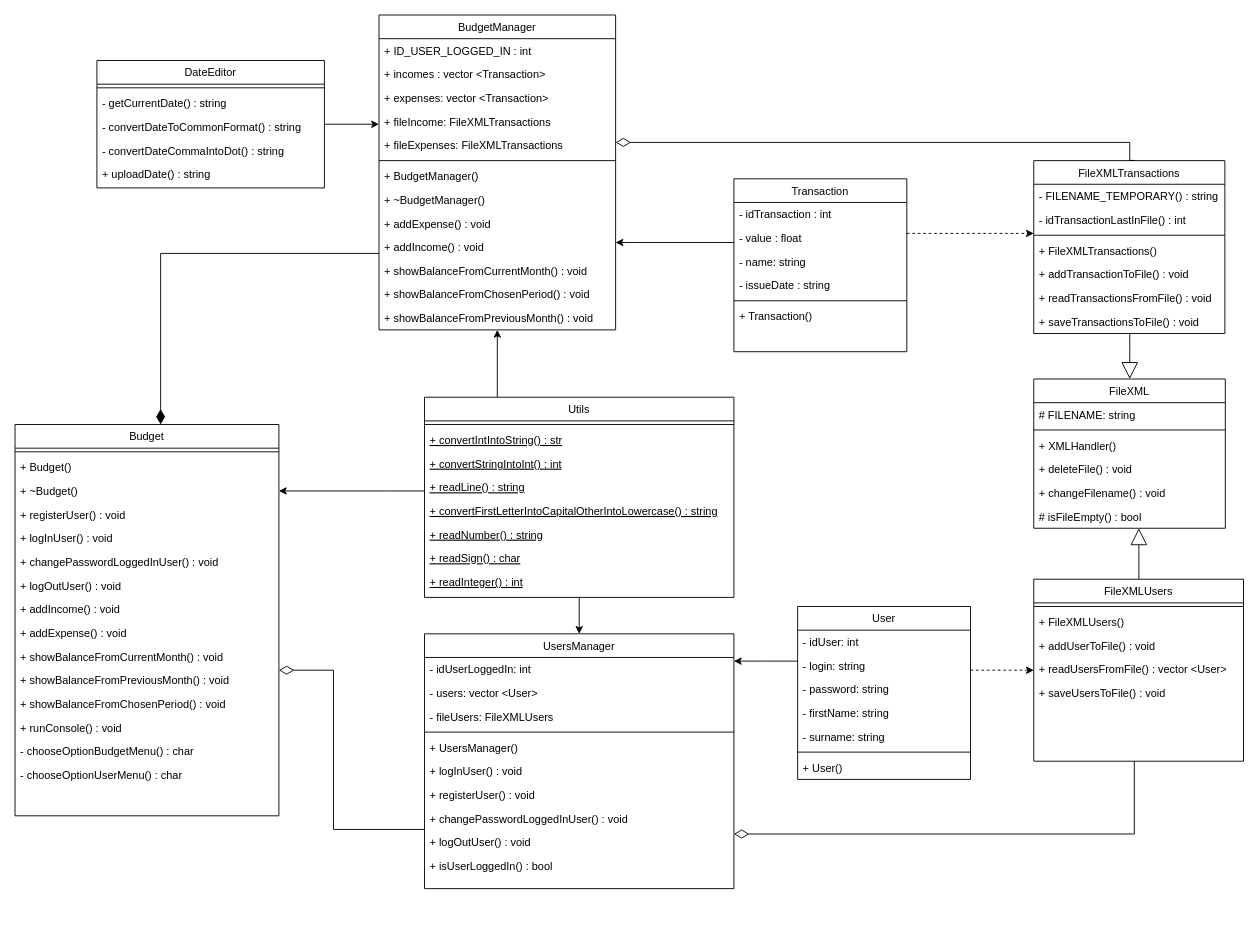
Before: doc/uml-diagram.drawio in MichalWilczek/your-budget, a draw.io diagram. Source tidied: cells renumbered, new cells numbered last; positions are measured from the earlier drawing's top-left corner, leaving out a move shared by most shapes. Both pictures are drawn from the tidied source at 91%, with x=0, y=0 at pixel (15, 15).
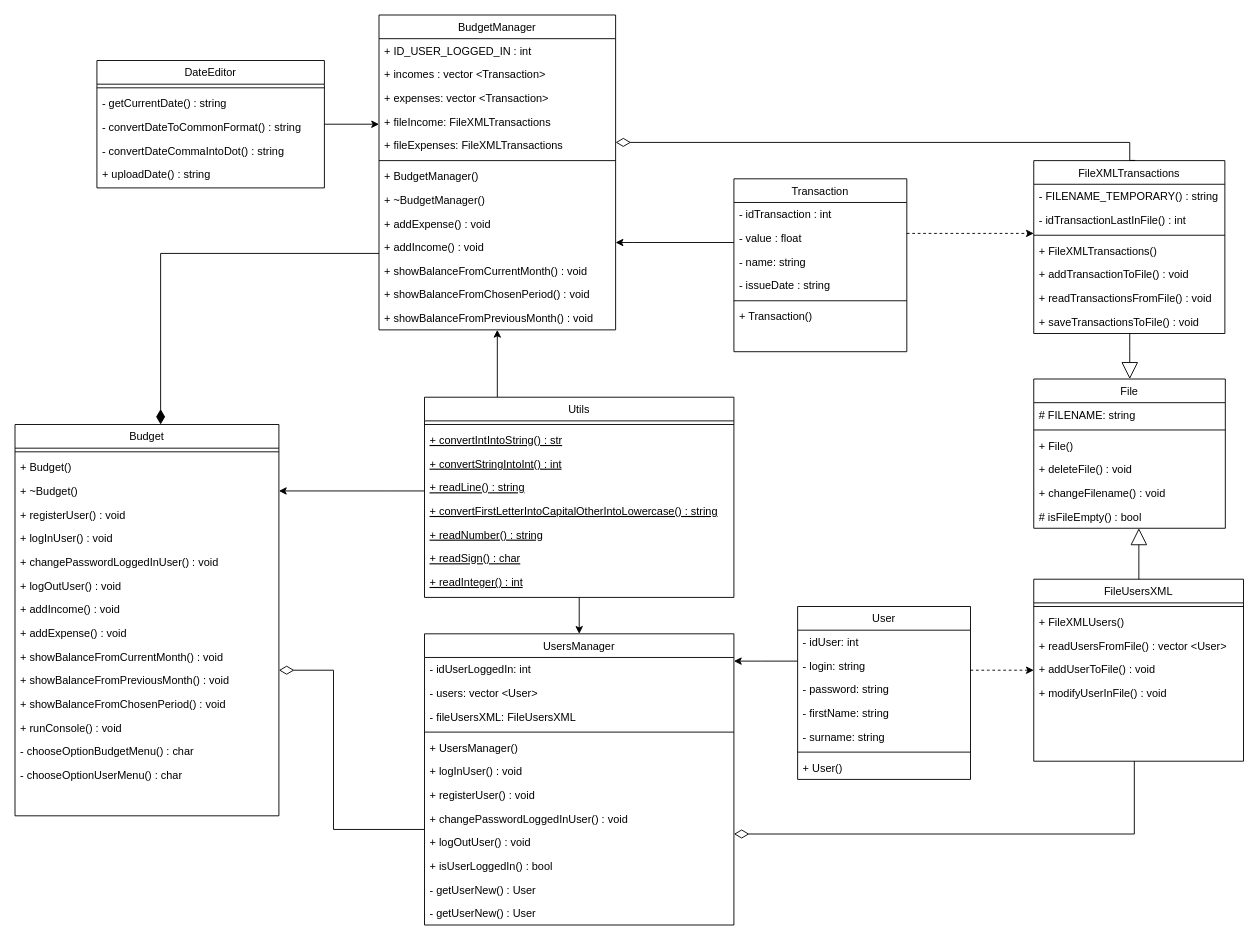
Above is the later version.

What changed in the source:
```diff
@@
-    <mxCell id="2" value="FileXMLUsers" style="swimlane;fontStyle=0;align=center;verticalAlign=top;horizontal=1;startSize=26;rounded=0;shadow=0;strokeWidth=1;" parent="1" vertex="1">
+    <mxCell id="2" value="FileUsersXML" style="swimlane;fontStyle=0;align=center;verticalAlign=top;horizontal=1;startSize=26;rounded=0;shadow=0;strokeWidth=1;" parent="1" vertex="1">
       <mxGeometry x="1119.5" y="620" width="230.5" height="200" as="geometry" />
     </mxCell>
@@
+    <mxCell id="6" value="+ readUsersFromFile() : vector &lt;User&gt;" style="text;align=left;verticalAlign=top;spacingLeft=4;spacingRight=4;overflow=hidden;" parent="2" vertex="1">
+      <mxGeometry y="60" width="230.5" height="26" as="geometry" />
+    </mxCell>
     <mxCell id="5" value="+ addUserToFile() : void" style="text;align=left;verticalAlign=top;spacingLeft=4;spacingRight=4;overflow=hidden;" parent="2" vertex="1">
-      <mxGeometry y="60" width="230.5" height="26" as="geometry" />
+      <mxGeometry y="86" width="230.5" height="26" as="geometry" />
     </mxCell>
-    <mxCell id="6" value="+ readUsersFromFile() : vector &lt;User&gt;" style="text;align=left;verticalAlign=top;spacingLeft=4;spacingRight=4;overflow=hidden;" parent="2" vertex="1">
-      <mxGeometry y="86" width="230.5" height="26" as="geometry" />
-    </mxCell>
-    <mxCell id="7" value="+ saveUsersToFile() : void" style="text;align=left;verticalAlign=top;spacingLeft=4;spacingRight=4;overflow=hidden;" parent="2" vertex="1">
+    <mxCell id="7" value="+ modifyUserInFile() : void" style="text;align=left;verticalAlign=top;spacingLeft=4;spacingRight=4;overflow=hidden;" parent="2" vertex="1">
       <mxGeometry y="112" width="230.5" height="26" as="geometry" />
     </mxCell>
@@
     <mxCell id="10" value="UsersManager" style="swimlane;fontStyle=0;align=center;verticalAlign=top;horizontal=1;startSize=26;rounded=0;shadow=0;strokeWidth=1;" parent="1" vertex="1">
-      <mxGeometry x="450" y="680" width="340" height="280" as="geometry" />
+      <mxGeometry x="450" y="680" width="340" height="320" as="geometry" />
     </mxCell>
@@
-    <mxCell id="13" value="- fileUsers: FileXMLUsers" style="text;align=left;verticalAlign=top;spacingLeft=4;spacingRight=4;overflow=hidden;rounded=0;shadow=0;html=0;" parent="10" vertex="1">
+    <mxCell id="13" value="- fileUsersXML: FileUsersXML" style="text;align=left;verticalAlign=top;spacingLeft=4;spacingRight=4;overflow=hidden;rounded=0;shadow=0;html=0;" parent="10" vertex="1">
       <mxGeometry y="78" width="340" height="26" as="geometry" />
     </mxCell>
@@
+    <mxCell id="108" value="- getUserNew() : User" style="text;align=left;verticalAlign=top;spacingLeft=4;spacingRight=4;overflow=hidden;" parent="10" vertex="1">
+      <mxGeometry y="268" width="340" height="26" as="geometry" />
+    </mxCell>
+    <mxCell id="109" value="- getUserNew() : User" style="text;align=left;verticalAlign=top;spacingLeft=4;spacingRight=4;overflow=hidden;" parent="10" vertex="1">
+      <mxGeometry y="294" width="340" height="26" as="geometry" />
+    </mxCell>
@@
-    <mxCell id="42" value="FileXML" style="swimlane;fontStyle=0;align=center;verticalAlign=top;horizontal=1;startSize=26;rounded=0;shadow=0;strokeWidth=1;" parent="1" vertex="1">
+    <mxCell id="42" value="File" style="swimlane;fontStyle=0;align=center;verticalAlign=top;horizontal=1;startSize=26;rounded=0;shadow=0;strokeWidth=1;" parent="1" vertex="1">
       <mxGeometry x="1119.5" y="400" width="210.5" height="164" as="geometry" />
     </mxCell>
@@
-    <mxCell id="45" value="+ XMLHandler()" style="text;align=left;verticalAlign=top;spacingLeft=4;spacingRight=4;overflow=hidden;" parent="42" vertex="1">
+    <mxCell id="45" value="+ File()" style="text;align=left;verticalAlign=top;spacingLeft=4;spacingRight=4;overflow=hidden;" parent="42" vertex="1">
       <mxGeometry y="60" width="210.5" height="26" as="geometry" />
     </mxCell>
```
